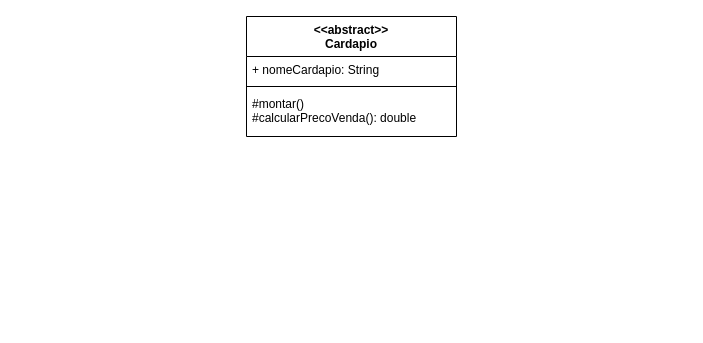
moreirafelipe/dh-backend keeps this draw.io diagram as Aula02Pratica/mesa.drawio. Above is the earlier version. Source tidied: cells renumbered, new cells numbered last; positions are measured from the earlier drawing's top-left corner, leaving out a move shared by most shapes. Both pictures are drawn from the tidied source at 100%, with x=0, y=0 at pixel (246, 16).
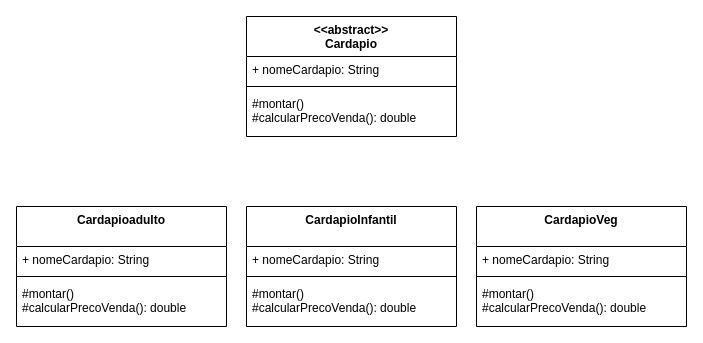
Above is the later version.

What changed in the source:
```diff
@@
 <mxGraphModel>
   <root>
     <mxCell id="0" />
     <mxCell id="1" parent="0" />
     <mxCell id="2" value="&lt;&lt;abstract&gt;&gt;&#10;Cardapio" style="swimlane;fontStyle=1;align=center;verticalAlign=top;horizontal=1;startSize=40;" parent="1" vertex="1">
       <mxGeometry width="210" height="120" as="geometry" />
     </mxCell>
     <mxCell id="3" value="+ nomeCardapio: String" style="text;strokeColor=none;fillColor=none;align=left;verticalAlign=top;spacingLeft=4;spacingRight=4;overflow=hidden;" parent="2" vertex="1">
       <mxGeometry y="40" width="210" height="26" as="geometry" />
     </mxCell>
     <mxCell id="4" style="line;strokeWidth=1;fillColor=none;align=left;verticalAlign=middle;spacingTop=-1;spacingLeft=3;spacingRight=3;labelPosition=right;" parent="2" vertex="1">
       <mxGeometry y="66" width="210" height="8" as="geometry" />
     </mxCell>
     <mxCell id="5" value="#montar()&#10;#calcularPrecoVenda(): double" style="text;strokeColor=none;fillColor=none;align=left;verticalAlign=top;spacingLeft=4;spacingRight=4;overflow=hidden;" parent="2" vertex="1">
       <mxGeometry y="74" width="210" height="46" as="geometry" />
     </mxCell>
+    <mxCell id="6" value="Cardapioadulto" style="swimlane;fontStyle=1;align=center;verticalAlign=top;horizontal=1;startSize=40;" parent="1" vertex="1">
+      <mxGeometry x="-230" y="190" width="210" height="120" as="geometry" />
+    </mxCell>
+    <mxCell id="7" value="+ nomeCardapio: String" style="text;strokeColor=none;fillColor=none;align=left;verticalAlign=top;spacingLeft=4;spacingRight=4;overflow=hidden;" parent="6" vertex="1">
+      <mxGeometry y="40" width="210" height="26" as="geometry" />
+    </mxCell>
+    <mxCell id="8" style="line;strokeWidth=1;fillColor=none;align=left;verticalAlign=middle;spacingTop=-1;spacingLeft=3;spacingRight=3;labelPosition=right;" parent="6" vertex="1">
+      <mxGeometry y="66" width="210" height="8" as="geometry" />
+    </mxCell>
+    <mxCell id="9" value="#montar()&#10;#calcularPrecoVenda(): double" style="text;strokeColor=none;fillColor=none;align=left;verticalAlign=top;spacingLeft=4;spacingRight=4;overflow=hidden;" parent="6" vertex="1">
+      <mxGeometry y="74" width="210" height="46" as="geometry" />
+    </mxCell>
+    <mxCell id="10" value="CardapioInfantil" style="swimlane;fontStyle=1;align=center;verticalAlign=top;horizontal=1;startSize=40;" parent="1" vertex="1">
+      <mxGeometry y="190" width="210" height="120" as="geometry" />
+    </mxCell>
+    <mxCell id="11" value="+ nomeCardapio: String" style="text;strokeColor=none;fillColor=none;align=left;verticalAlign=top;spacingLeft=4;spacingRight=4;overflow=hidden;" parent="10" vertex="1">
+      <mxGeometry y="40" width="210" height="26" as="geometry" />
+    </mxCell>
+    <mxCell id="12" style="line;strokeWidth=1;fillColor=none;align=left;verticalAlign=middle;spacingTop=-1;spacingLeft=3;spacingRight=3;labelPosition=right;" parent="10" vertex="1">
+      <mxGeometry y="66" width="210" height="8" as="geometry" />
+    </mxCell>
+    <mxCell id="13" value="#montar()&#10;#calcularPrecoVenda(): double" style="text;strokeColor=none;fillColor=none;align=left;verticalAlign=top;spacingLeft=4;spacingRight=4;overflow=hidden;" parent="10" vertex="1">
+      <mxGeometry y="74" width="210" height="46" as="geometry" />
+    </mxCell>
+    <mxCell id="14" value="CardapioVeg" style="swimlane;fontStyle=1;align=center;verticalAlign=top;horizontal=1;startSize=40;" parent="1" vertex="1">
+      <mxGeometry x="230" y="190" width="210" height="120" as="geometry" />
+    </mxCell>
+    <mxCell id="15" value="+ nomeCardapio: String" style="text;strokeColor=none;fillColor=none;align=left;verticalAlign=top;spacingLeft=4;spacingRight=4;overflow=hidden;" parent="14" vertex="1">
+      <mxGeometry y="40" width="210" height="26" as="geometry" />
+    </mxCell>
+    <mxCell id="16" style="line;strokeWidth=1;fillColor=none;align=left;verticalAlign=middle;spacingTop=-1;spacingLeft=3;spacingRight=3;labelPosition=right;" parent="14" vertex="1">
+      <mxGeometry y="66" width="210" height="8" as="geometry" />
+    </mxCell>
+    <mxCell id="17" value="#montar()&#10;#calcularPrecoVenda(): double" style="text;strokeColor=none;fillColor=none;align=left;verticalAlign=top;spacingLeft=4;spacingRight=4;overflow=hidden;" parent="14" vertex="1">
+      <mxGeometry y="74" width="210" height="46" as="geometry" />
+    </mxCell>
   </root>
 </mxGraphModel>
```
